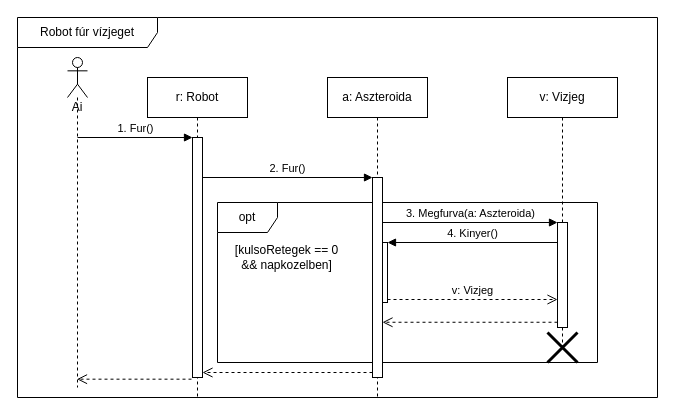
The draw.io diagram page "vizjeg" (2 of 5) of doc/szekvencia/szek_RobotFur.drawio in torpeBoiGo/aszteroidabanyaszat, before the edit. Source tidied: cells renumbered, new cells numbered last; positions are measured from the earlier drawing's top-left corner, leaving out a move shared by most shapes. Both pictures are drawn from the tidied source at 100%, with x=0, y=0 at pixel (17, 17).
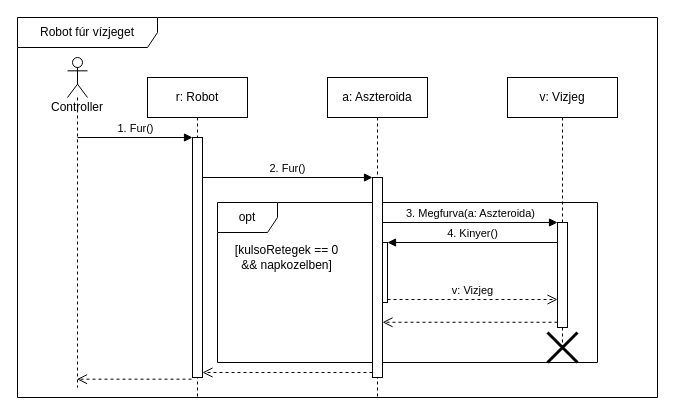
The same page after the edit.

Commit message (it also covers changes not shown here):
Update szek_RobotFur.drawio: controller javitasa

Change to the diagram source:
```diff
@@
-    <mxCell id="19" value="Ai" style="shape=umlLifeline;participant=umlActor;perimeter=lifelinePerimeter;whiteSpace=wrap;html=1;verticalAlign=top;spacingTop=36;outlineConnect=0;" parent="1" vertex="1">
+    <mxCell id="19" value="Controller" style="shape=umlLifeline;participant=umlActor;perimeter=lifelinePerimeter;whiteSpace=wrap;html=1;verticalAlign=top;spacingTop=36;outlineConnect=0;" parent="1" vertex="1">
       <mxGeometry x="50" y="40" width="20" height="330" as="geometry" />
     </mxCell>
```
